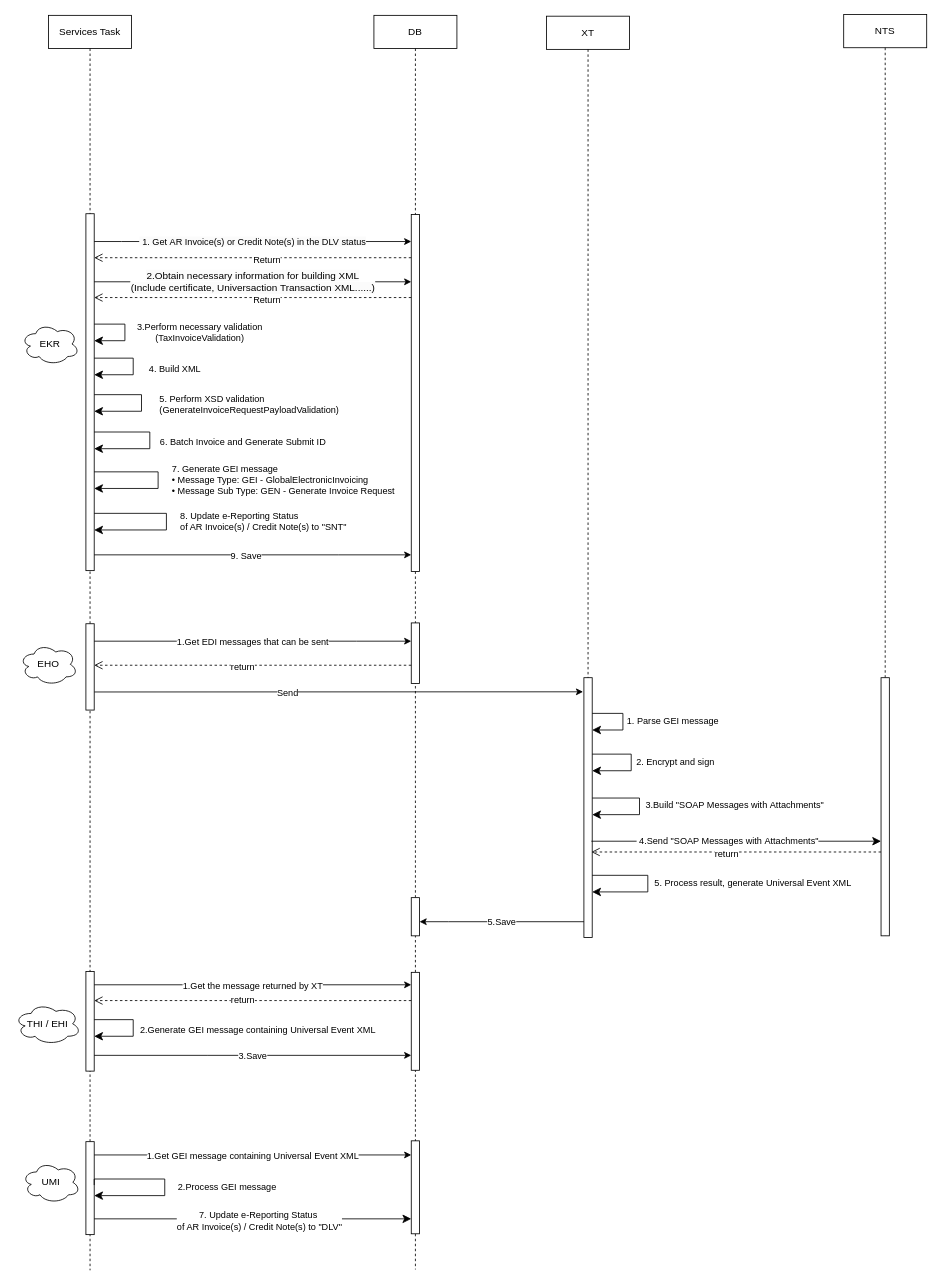
JingwenLi/MyTestProjects keeps this draw.io diagram as Step2.drawio. Above is the earlier version. Source tidied: cells renumbered, new cells numbered last; positions are measured from the earlier drawing's top-left corner, leaving out a move shared by most shapes. Both pictures are drawn from the tidied source at 83%, with x=0, y=0 at pixel (14, 14).
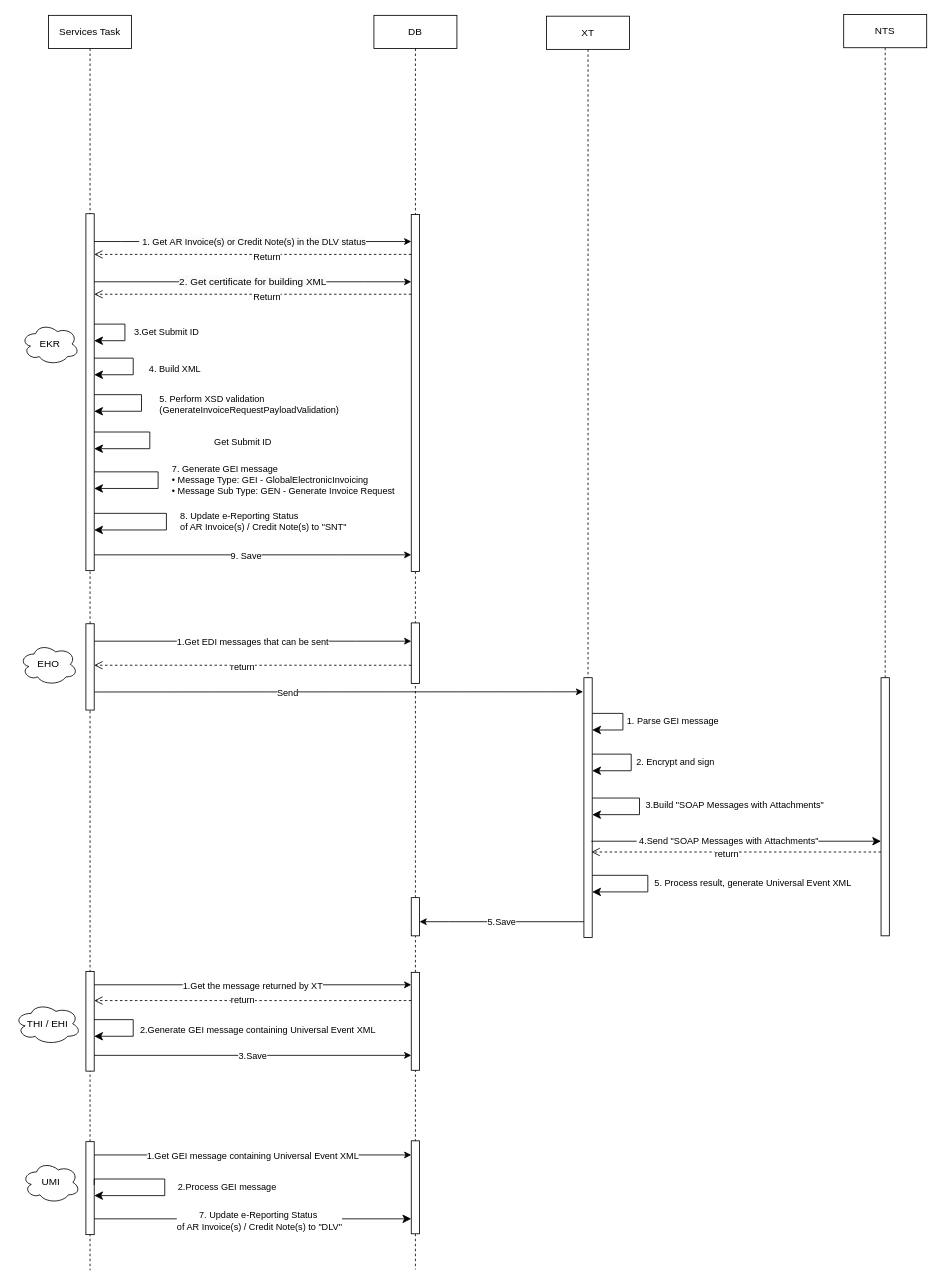
The same diagram, later.

The change refers to these unchanged cells:
```xml
<mxCell id="4" value="Services Task" style="shape=umlLifeline;perimeter=lifelinePerimeter;whiteSpace=wrap;html=1;newEdgeStyle={&quot;edgeStyle&quot;:&quot;elbowEdgeStyle&quot;,&quot;elbow&quot;:&quot;vertical&quot;,&quot;curved&quot;:0,&quot;rounded&quot;:0};" parent="1" vertex="1">
  <mxGeometry x="41" y="1" width="100" height="1512" as="geometry" />
</mxCell>
<mxCell id="5" style="html=1;points=[];perimeter=orthogonalPerimeter;outlineConnect=0;targetShapes=umlLifeline;portConstraint=eastwest;newEdgeStyle={&quot;edgeStyle&quot;:&quot;elbowEdgeStyle&quot;,&quot;elbow&quot;:&quot;vertical&quot;,&quot;curved&quot;:0,&quot;rounded&quot;:0};" parent="4" vertex="1">
  <mxGeometry x="45" y="239" width="10" height="430" as="geometry" />
</mxCell>
<mxCell id="22" style="html=1;points=[];perimeter=orthogonalPerimeter;outlineConnect=0;targetShapes=umlLifeline;portConstraint=eastwest;newEdgeStyle={&quot;edgeStyle&quot;:&quot;elbowEdgeStyle&quot;,&quot;elbow&quot;:&quot;vertical&quot;,&quot;curved&quot;:0,&quot;rounded&quot;:0};" parent="17" vertex="1">
  <mxGeometry x="45" y="240" width="10" height="430" as="geometry" />
</mxCell>
<mxCell id="35" style="edgeStyle=elbowEdgeStyle;rounded=0;orthogonalLoop=1;jettySize=auto;html=1;elbow=vertical;curved=0;" parent="1" edge="1">
  <mxGeometry x="0.12" y="10" relative="1" as="geometry">
    <mxPoint x="96" y="322" as="sourcePoint" />
    <mxPoint x="478" y="322" as="targetPoint" />
    <Array as="points">
      <mxPoint x="422" y="322" />
      <mxPoint x="132" y="342" />
      <mxPoint x="392" y="352" />
      <mxPoint x="252" y="372" />
      <mxPoint x="352" y="472" />
      <mxPoint x="392" y="492" />
      <mxPoint x="412" y="402" />
      <mxPoint x="392" y="422" />
      <mxPoint x="427" y="362" />
      <mxPoint x="387" y="352" />
      <mxPoint x="187" y="302" />
      <mxPoint x="217" y="292" />
    </Array>
  </mxGeometry>
</mxCell>
```

What changed in the source:
```diff
@@
-    <mxCell id="10" value="&lt;span style=&quot;color: rgb(0, 0, 0); font-family: Helvetica; font-size: 11px; font-style: normal; font-variant-ligatures: normal; font-variant-caps: normal; font-weight: 400; letter-spacing: normal; orphans: 2; text-align: center; text-indent: 0px; text-transform: none; widows: 2; word-spacing: 0px; -webkit-text-stroke-width: 0px; background-color: rgb(255, 255, 255); text-decoration-thickness: initial; text-decoration-style: initial; text-decoration-color: initial; float: none; display: inline !important;&quot;&gt;3.Perform necessary validation&lt;/span&gt;&lt;br&gt;(TaxInvoiceValidation)" style="edgeStyle=segmentEdgeStyle;endArrow=classic;html=1;curved=0;rounded=0;endSize=8;startSize=8;" parent="4" edge="1">
-      <mxGeometry y="90" relative="1" as="geometry">
+    <mxCell id="10" value="&lt;span style=&quot;color: rgb(0, 0, 0); font-family: Helvetica; font-size: 11px; font-style: normal; font-variant-ligatures: normal; font-variant-caps: normal; font-weight: 400; letter-spacing: normal; orphans: 2; text-align: center; text-indent: 0px; text-transform: none; widows: 2; word-spacing: 0px; -webkit-text-stroke-width: 0px; background-color: rgb(255, 255, 255); text-decoration-thickness: initial; text-decoration-style: initial; text-decoration-color: initial; float: none; display: inline !important;&quot;&gt;3.&lt;/span&gt;Get Submit ID" style="edgeStyle=segmentEdgeStyle;endArrow=classic;html=1;curved=0;rounded=0;endSize=8;startSize=8;" parent="4" edge="1">
+      <mxGeometry y="50" relative="1" as="geometry">
         <mxPoint x="55" y="372" as="sourcePoint" />
         <mxPoint x="55" y="392" as="targetPoint" />
         <Array as="points">
           <mxPoint x="92" y="372" />
           <mxPoint x="92" y="392" />
         </Array>
       </mxGeometry>
     </mxCell>
@@
-    <mxCell id="14" value="6. Batch Invoice and Generate Submit ID" style="edgeStyle=segmentEdgeStyle;endArrow=classic;html=1;curved=0;rounded=0;endSize=8;startSize=8;" parent="4" edge="1">
+    <mxCell id="14" value="Get Submit ID" style="edgeStyle=segmentEdgeStyle;endArrow=classic;html=1;curved=0;rounded=0;endSize=8;startSize=8;" parent="4" edge="1">
       <mxGeometry x="0.03" y="112" relative="1" as="geometry">
         <mxPoint x="55" y="502" as="sourcePoint" />
         <mxPoint x="55" y="522.1" as="targetPoint" />
         <Array as="points">
           <mxPoint x="122" y="502" />
           <mxPoint x="122" y="522" />
         </Array>
       </mxGeometry>
     </mxCell>
@@
-    <mxCell id="36" value="&lt;span style=&quot;color: rgb(0, 0, 0); font-family: Helvetica; font-size: 12px; font-style: normal; font-variant-ligatures: normal; font-variant-caps: normal; font-weight: 400; letter-spacing: normal; orphans: 2; text-align: center; text-indent: 0px; text-transform: none; widows: 2; word-spacing: 0px; -webkit-text-stroke-width: 0px; background-color: rgb(251, 251, 251); text-decoration-thickness: initial; text-decoration-style: initial; text-decoration-color: initial; float: none; display: inline !important;&quot;&gt;2.Obtain necessary&amp;nbsp;information for building XML&lt;br&gt;(Include certificate, Universaction Transaction XML......)&lt;br&gt;&lt;/span&gt;" style="edgeLabel;html=1;align=center;verticalAlign=middle;" parent="35" vertex="1">
+    <mxCell id="36" value="&lt;span style=&quot;color: rgb(0, 0, 0); font-family: Helvetica; font-size: 12px; font-style: normal; font-variant-ligatures: normal; font-variant-caps: normal; font-weight: 400; letter-spacing: normal; orphans: 2; text-align: center; text-indent: 0px; text-transform: none; widows: 2; word-spacing: 0px; -webkit-text-stroke-width: 0px; background-color: rgb(251, 251, 251); text-decoration-thickness: initial; text-decoration-style: initial; text-decoration-color: initial; float: none; display: inline !important;&quot;&gt;2. Get certificate&amp;nbsp;for building XML&lt;br&gt;&lt;/span&gt;" style="edgeLabel;html=1;align=center;verticalAlign=middle;" parent="35" vertex="1">
       <mxGeometry x="-0.04" y="1" relative="1" as="geometry">
         <mxPoint x="7" as="offset" />
       </mxGeometry>
     </mxCell>
     <mxCell id="37" style="html=1;verticalAlign=bottom;endArrow=open;dashed=1;endSize=8;edgeStyle=elbowEdgeStyle;elbow=vertical;curved=0;rounded=0;" parent="1" edge="1">
       <mxGeometry x="0.02" y="4" relative="1" as="geometry">
-        <mxPoint x="478" y="341" as="sourcePoint" />
-        <mxPoint x="96" y="341" as="targetPoint" />
+        <mxPoint x="478" y="337" as="sourcePoint" />
+        <mxPoint x="96" y="337" as="targetPoint" />
         <Array as="points">
-          <mxPoint x="333" y="341" />
+          <mxPoint x="333" y="337" />
         </Array>
       </mxGeometry>
     </mxCell>
@@
-    <mxCell id="61" style="html=1;verticalAlign=bottom;endArrow=open;dashed=1;endSize=8;edgeStyle=elbowEdgeStyle;elbow=vertical;curved=0;rounded=0;" parent="1" edge="1" source="22" target="5">
+    <mxCell id="61" style="html=1;verticalAlign=bottom;endArrow=open;dashed=1;endSize=8;edgeStyle=elbowEdgeStyle;elbow=vertical;curved=0;rounded=0;" parent="1" edge="1">
       <mxGeometry x="0.02" y="4" relative="1" as="geometry">
+        <mxPoint x="478" y="289" as="sourcePoint" />
+        <mxPoint x="96" y="289" as="targetPoint" />
         <Array as="points">
-          <mxPoint x="363" y="293" />
-          <mxPoint x="343" y="351" />
+          <mxPoint x="363" y="289" />
+          <mxPoint x="343" y="347" />
         </Array>
       </mxGeometry>
     </mxCell>
```
